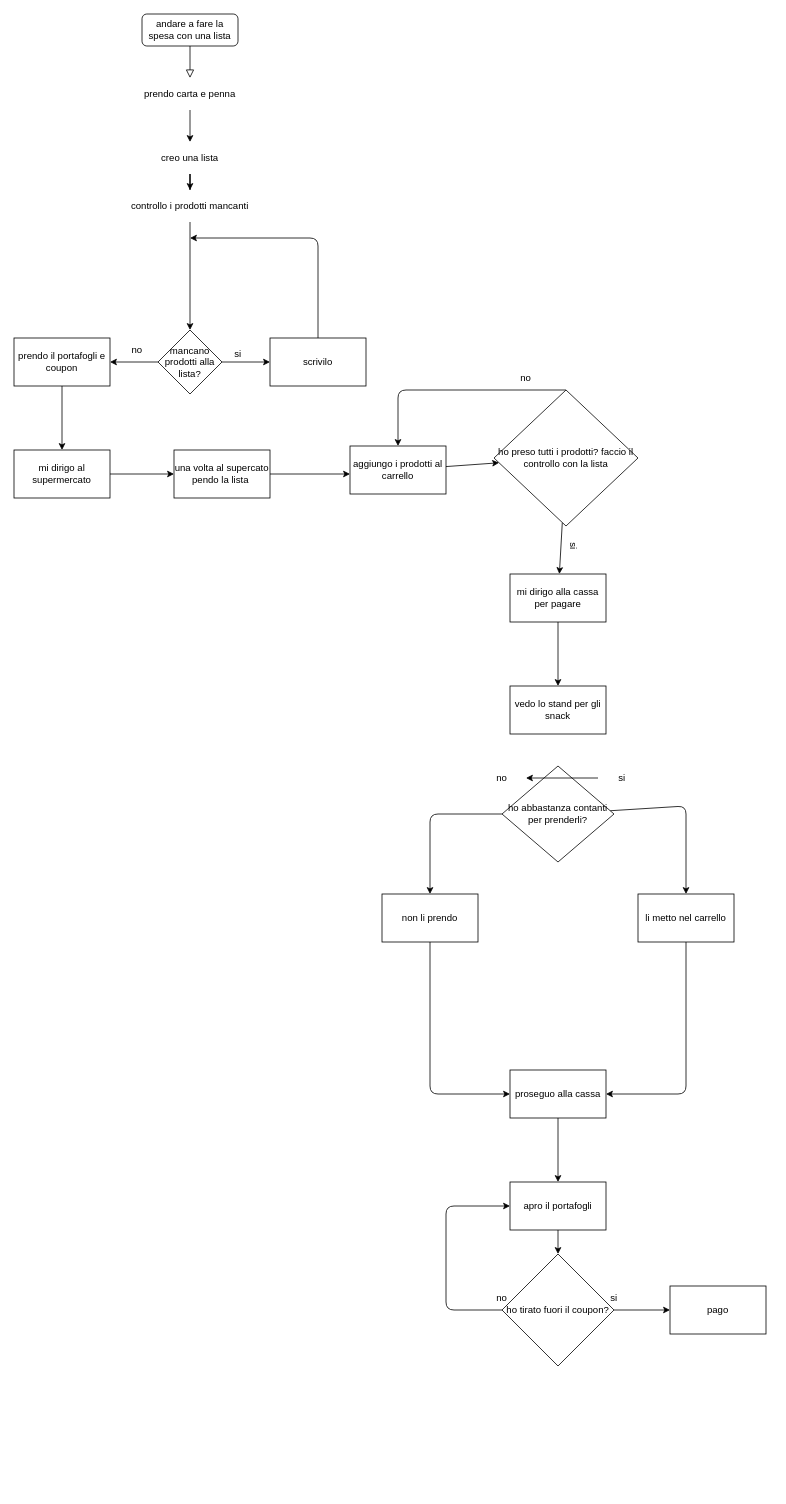
Before: fare_la_spesa.drawio in MartinaGangemi/human-code, a draw.io diagram. Source tidied: cells renumbered, new cells numbered last; positions are measured from the earlier drawing's top-left corner, leaving out a move shared by most shapes. Both pictures are drawn from the tidied source at 80%, with x=0, y=0 at pixel (14, 14).
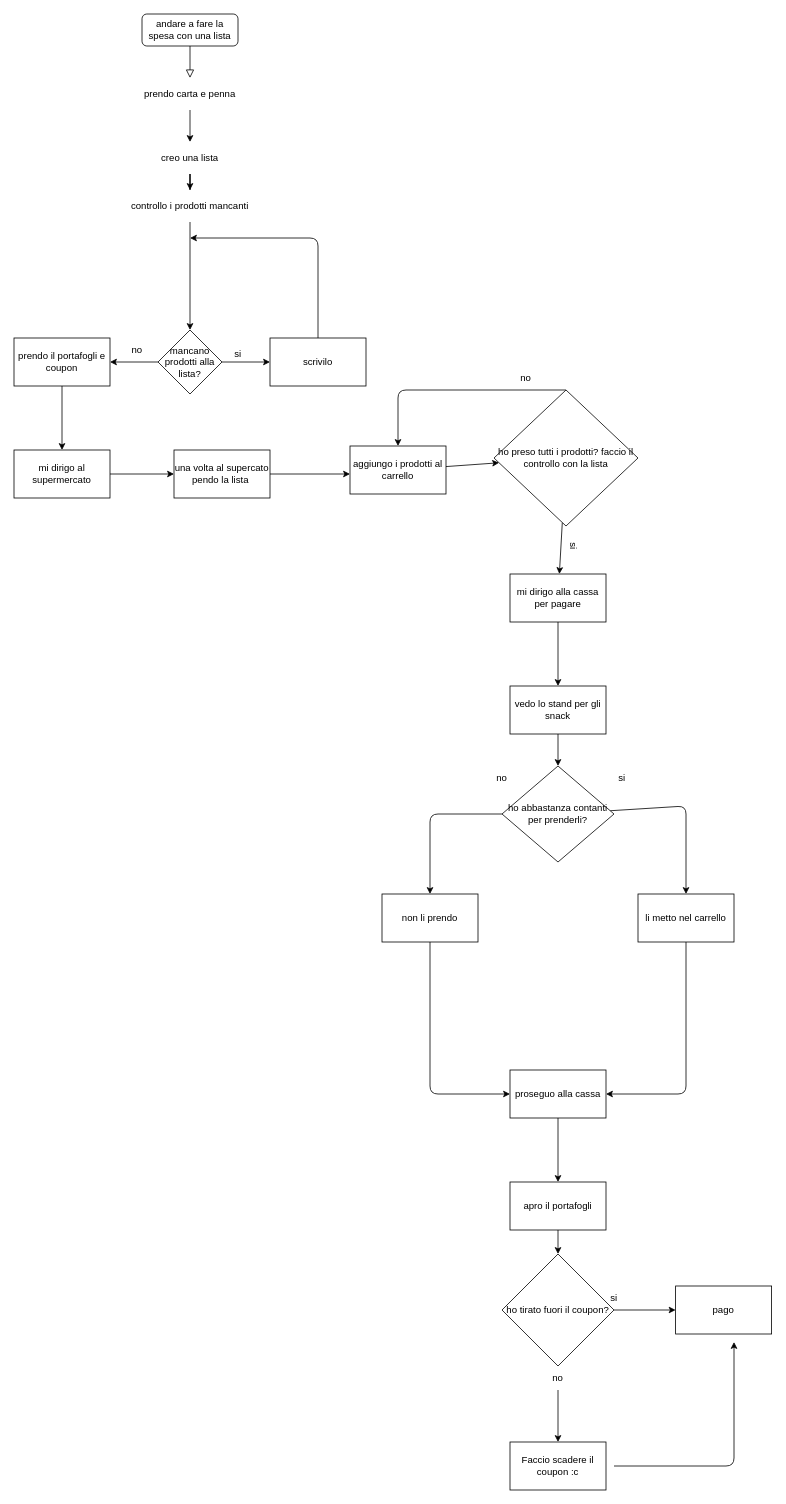
The same page after the edit.

The change refers to these unchanged cells:
```xml
<mxCell id="33" value="ho abbastanza contanti per prenderli?" style="rhombus;whiteSpace=wrap;html=1;rounded=0;" parent="1" vertex="1">
  <mxGeometry x="610" y="940" width="140" height="120" as="geometry" />
</mxCell>
<mxCell id="36" value="ho tirato fuori il coupon?" style="rhombus;whiteSpace=wrap;html=1;" parent="1" vertex="1">
  <mxGeometry x="610" y="1550" width="140" height="140" as="geometry" />
</mxCell>
<mxCell id="37" value="vedo lo stand per gli snack" style="whiteSpace=wrap;html=1;rounded=0;" parent="1" vertex="1">
  <mxGeometry x="620" y="840" width="120" height="60" as="geometry" />
</mxCell>
<mxCell id="45" value="apro il portafogli" style="whiteSpace=wrap;html=1;rounded=0;" parent="1" vertex="1">
  <mxGeometry x="620" y="1460" width="120" height="60" as="geometry" />
</mxCell>
<mxCell id="48" value="no" style="text;html=1;strokeColor=none;fillColor=none;align=center;verticalAlign=middle;whiteSpace=wrap;rounded=0;" parent="1" vertex="1">
  <mxGeometry x="580" y="940" width="60" height="30" as="geometry" />
</mxCell>
<mxCell id="50" value="si" style="text;html=1;strokeColor=none;fillColor=none;align=center;verticalAlign=middle;whiteSpace=wrap;rounded=0;" parent="1" vertex="1">
  <mxGeometry x="730" y="940" width="60" height="30" as="geometry" />
</mxCell>
```

Diff of the diagram source:
```diff
@@
-    <mxCell id="35" style="edgeStyle=none;html=1;exitX=0;exitY=0.5;exitDx=0;exitDy=0;entryX=0;entryY=0.5;entryDx=0;entryDy=0;" parent="1" edge="1" source="36" target="45">
-      <mxGeometry relative="1" as="geometry">
-        <Array as="points">
-          <mxPoint x="540" y="1620" />
-          <mxPoint x="540" y="1490" />
-        </Array>
-      </mxGeometry>
-    </mxCell>
@@
     <mxCell id="46" value="pago" style="whiteSpace=wrap;html=1;" parent="1" vertex="1">
-      <mxGeometry x="820" y="1590" width="120" height="60" as="geometry" />
+      <mxGeometry x="827" y="1590" width="120" height="60" as="geometry" />
     </mxCell>
@@
-    <mxCell id="49" style="edgeStyle=none;html=1;" parent="1" edge="1" source="50" target="48">
+    <mxCell id="49" style="edgeStyle=none;html=1;exitX=0.5;exitY=1;exitDx=0;exitDy=0;entryX=0.5;entryY=0;entryDx=0;entryDy=0;" parent="1" edge="1" source="37" target="33">
       <mxGeometry relative="1" as="geometry" />
     </mxCell>
@@
+    <mxCell id="53" style="edgeStyle=none;html=1;" parent="1" edge="1">
+      <mxGeometry relative="1" as="geometry">
+        <mxPoint x="750" y="1815" as="sourcePoint" />
+        <mxPoint x="900" y="1660" as="targetPoint" />
+        <Array as="points">
+          <mxPoint x="900" y="1815" />
+        </Array>
+      </mxGeometry>
+    </mxCell>
+    <mxCell id="54" style="edgeStyle=none;html=1;" parent="1" edge="1" source="51" target="55">
+      <mxGeometry relative="1" as="geometry" />
+    </mxCell>
     <mxCell id="51" value="no" style="text;html=1;strokeColor=none;fillColor=none;align=center;verticalAlign=middle;whiteSpace=wrap;rounded=0;" parent="1" vertex="1">
-      <mxGeometry x="580" y="1590" width="60" height="30" as="geometry" />
+      <mxGeometry x="650" y="1690" width="60" height="30" as="geometry" />
     </mxCell>
@@
+    <mxCell id="55" value="Faccio scadere il coupon :c" style="whiteSpace=wrap;html=1;" parent="1" vertex="1">
+      <mxGeometry x="620" y="1785" width="120" height="60" as="geometry" />
+    </mxCell>
```
